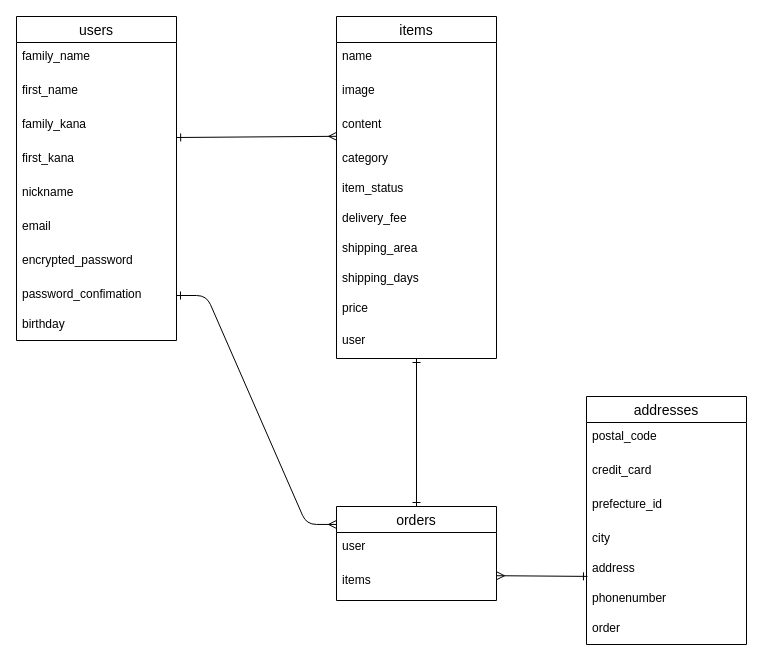
This is test.dio from Yurika-1016/furima-33991, a draw.io file, before an edit. Source tidied: cells renumbered, new cells numbered last; positions are measured from the earlier drawing's top-left corner, leaving out a move shared by most shapes. Both pictures are drawn from the tidied source at 100%, with x=0, y=0 at pixel (16, 16).
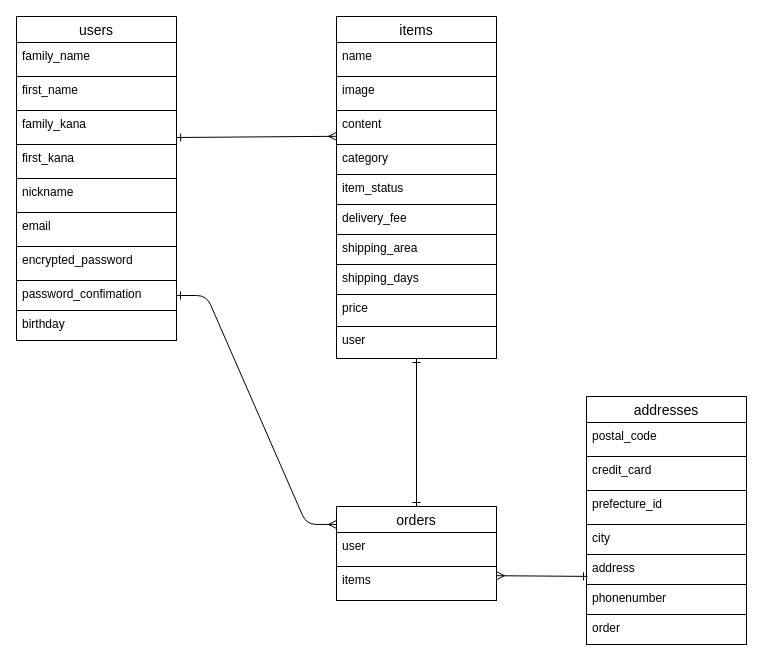
The same diagram, later.

The edit, as a diff of the source:
```diff
@@
-<mxGraphModel>
+<mxGraphModel background="#ffffff">
@@
-    <mxCell id="2" style="rounded=0;jettySize=auto;html=1;startArrow=ERone;startFill=0;endArrow=ERmany;endFill=0;entryX=0.001;entryY=0.759;entryDx=0;entryDy=0;entryPerimeter=0;exitX=1.001;exitY=0.794;exitDx=0;exitDy=0;exitPerimeter=0;" parent="1" edge="1" source="6" target="18">
+    <mxCell id="2" style="rounded=0;jettySize=auto;html=1;startArrow=ERone;startFill=0;endArrow=ERmany;endFill=0;entryX=0.001;entryY=0.759;entryDx=0;entryDy=0;entryPerimeter=0;exitX=1.001;exitY=0.794;exitDx=0;exitDy=0;exitPerimeter=0;strokeColor=#000000;" parent="1" edge="1" source="6" target="18">
       <mxGeometry relative="1" as="geometry" />
     </mxCell>
-    <mxCell id="3" value="users" style="swimlane;fontStyle=0;horizontal=1;startSize=26;align=center;fontSize=14;" parent="1" vertex="1">
+    <mxCell id="3" value="users" style="swimlane;fontStyle=0;horizontal=1;startSize=26;align=center;fontSize=14;strokeColor=#000000;" parent="1" vertex="1">
       <mxGeometry width="160" height="324" as="geometry" />
     </mxCell>
-    <mxCell id="4" value="family_name" style="text;strokeColor=none;fillColor=none;spacingLeft=4;spacingRight=4;overflow=hidden;fontSize=12;" parent="3" vertex="1">
+    <mxCell id="4" value="family_name" style="text;fillColor=none;spacingLeft=4;spacingRight=4;overflow=hidden;fontSize=12;strokeColor=#000000;fontColor=#000000;" parent="3" vertex="1">
       <mxGeometry y="26" width="160" height="34" as="geometry" />
     </mxCell>
-    <mxCell id="5" value="first_name" style="text;strokeColor=none;fillColor=none;spacingLeft=4;spacingRight=4;overflow=hidden;fontSize=12;" parent="3" vertex="1">
+    <mxCell id="5" value="first_name" style="text;fillColor=none;spacingLeft=4;spacingRight=4;overflow=hidden;fontSize=12;strokeColor=#000000;fontColor=#000000;" parent="3" vertex="1">
       <mxGeometry y="60" width="160" height="34" as="geometry" />
     </mxCell>
-    <mxCell id="6" value="family_kana" style="text;strokeColor=none;fillColor=none;spacingLeft=4;spacingRight=4;overflow=hidden;points=[[0,0.5],[1,0.5]];portConstraint=eastwest;fontSize=12;" parent="3" vertex="1">
+    <mxCell id="6" value="family_kana" style="text;fillColor=none;spacingLeft=4;spacingRight=4;overflow=hidden;points=[[0,0.5],[1,0.5]];portConstraint=eastwest;fontSize=12;strokeColor=#000000;fontColor=#000000;" parent="3" vertex="1">
       <mxGeometry y="94" width="160" height="34" as="geometry" />
     </mxCell>
-    <mxCell id="7" value="first_kana" style="text;strokeColor=none;fillColor=none;spacingLeft=4;spacingRight=4;overflow=hidden;fontSize=12;" parent="3" vertex="1">
+    <mxCell id="7" value="first_kana" style="text;fillColor=none;spacingLeft=4;spacingRight=4;overflow=hidden;fontSize=12;strokeColor=#000000;fontColor=#000000;" parent="3" vertex="1">
       <mxGeometry y="128" width="160" height="34" as="geometry" />
     </mxCell>
-    <mxCell id="8" value="nickname" style="text;strokeColor=none;fillColor=none;spacingLeft=4;spacingRight=4;overflow=hidden;fontSize=12;" parent="3" vertex="1">
+    <mxCell id="8" value="nickname" style="text;fillColor=none;spacingLeft=4;spacingRight=4;overflow=hidden;fontSize=12;strokeColor=#000000;fontColor=#000000;" parent="3" vertex="1">
       <mxGeometry y="162" width="160" height="34" as="geometry" />
     </mxCell>
-    <mxCell id="9" value="email" style="text;strokeColor=none;fillColor=none;spacingLeft=4;spacingRight=4;overflow=hidden;points=[[0,0.5],[1,0.5]];portConstraint=eastwest;fontSize=12;" parent="3" vertex="1">
+    <mxCell id="9" value="email" style="text;fillColor=none;spacingLeft=4;spacingRight=4;overflow=hidden;points=[[0,0.5],[1,0.5]];portConstraint=eastwest;fontSize=12;strokeColor=#000000;fontColor=#000000;" parent="3" vertex="1">
       <mxGeometry y="196" width="160" height="34" as="geometry" />
     </mxCell>
-    <mxCell id="10" value="encrypted_password" style="text;strokeColor=none;fillColor=none;spacingLeft=4;spacingRight=4;overflow=hidden;fontSize=12;" parent="3" vertex="1">
+    <mxCell id="10" value="encrypted_password" style="text;fillColor=none;spacingLeft=4;spacingRight=4;overflow=hidden;fontSize=12;strokeColor=#000000;fontColor=#000000;" parent="3" vertex="1">
       <mxGeometry y="230" width="160" height="34" as="geometry" />
     </mxCell>
-    <mxCell id="11" value="password_confimation" style="text;strokeColor=none;fillColor=none;spacingLeft=4;spacingRight=4;overflow=hidden;points=[[0,0.5],[1,0.5]];portConstraint=eastwest;fontSize=12;" parent="3" vertex="1">
+    <mxCell id="11" value="password_confimation" style="text;fillColor=none;spacingLeft=4;spacingRight=4;overflow=hidden;points=[[0,0.5],[1,0.5]];portConstraint=eastwest;fontSize=12;strokeColor=#000000;fontColor=#000000;" parent="3" vertex="1">
       <mxGeometry y="264" width="160" height="30" as="geometry" />
     </mxCell>
-    <mxCell id="12" value="birthday" style="text;strokeColor=none;fillColor=none;spacingLeft=4;spacingRight=4;overflow=hidden;fontSize=12;" parent="3" vertex="1">
+    <mxCell id="12" value="birthday" style="text;fillColor=none;spacingLeft=4;spacingRight=4;overflow=hidden;fontSize=12;strokeColor=#000000;fontColor=#000000;" parent="3" vertex="1">
       <mxGeometry y="294" width="160" height="30" as="geometry" />
     </mxCell>
@@
-    <mxCell id="14" style="edgeStyle=orthogonalEdgeStyle;rounded=0;jettySize=auto;html=1;startArrow=ERone;startFill=0;endArrow=ERone;endFill=0;" parent="1" edge="1" source="15" target="34">
+    <mxCell id="14" style="edgeStyle=orthogonalEdgeStyle;rounded=0;jettySize=auto;html=1;startArrow=ERone;startFill=0;endArrow=ERone;endFill=0;strokeColor=#000000;" parent="1" edge="1" source="15" target="34">
       <mxGeometry relative="1" as="geometry" />
     </mxCell>
-    <mxCell id="15" value="items" style="swimlane;fontStyle=0;horizontal=1;startSize=26;align=center;fontSize=14;" parent="1" vertex="1">
+    <mxCell id="15" value="items" style="swimlane;fontStyle=0;horizontal=1;startSize=26;align=center;fontSize=14;strokeColor=#000000;" parent="1" vertex="1">
       <mxGeometry x="320" width="160" height="342" as="geometry" />
     </mxCell>
-    <mxCell id="16" value="name" style="text;strokeColor=none;fillColor=none;spacingLeft=4;spacingRight=4;overflow=hidden;fontSize=12;" parent="15" vertex="1">
+    <mxCell id="16" value="name" style="text;fillColor=none;spacingLeft=4;spacingRight=4;overflow=hidden;fontSize=12;strokeColor=#000000;fontColor=#000000;" parent="15" vertex="1">
       <mxGeometry y="26" width="160" height="34" as="geometry" />
     </mxCell>
-    <mxCell id="17" value="image" style="text;strokeColor=none;fillColor=none;spacingLeft=4;spacingRight=4;overflow=hidden;fontSize=12;" parent="15" vertex="1">
+    <mxCell id="17" value="image" style="text;fillColor=none;spacingLeft=4;spacingRight=4;overflow=hidden;fontSize=12;strokeColor=#000000;fontColor=#000000;" parent="15" vertex="1">
       <mxGeometry y="60" width="160" height="34" as="geometry" />
     </mxCell>
-    <mxCell id="18" value="content" style="text;strokeColor=none;fillColor=none;spacingLeft=4;spacingRight=4;overflow=hidden;points=[[0,0.5],[1,0.5]];portConstraint=eastwest;fontSize=12;" parent="15" vertex="1">
+    <mxCell id="18" value="content" style="text;fillColor=none;spacingLeft=4;spacingRight=4;overflow=hidden;points=[[0,0.5],[1,0.5]];portConstraint=eastwest;fontSize=12;strokeColor=#000000;fontColor=#000000;" parent="15" vertex="1">
       <mxGeometry y="94" width="160" height="34" as="geometry" />
     </mxCell>
-    <mxCell id="19" value="category" style="text;strokeColor=none;fillColor=none;spacingLeft=4;spacingRight=4;overflow=hidden;fontSize=12;" parent="15" vertex="1">
+    <mxCell id="19" value="category" style="text;fillColor=none;spacingLeft=4;spacingRight=4;overflow=hidden;fontSize=12;strokeColor=#000000;fontColor=#000000;" parent="15" vertex="1">
       <mxGeometry y="128" width="160" height="30" as="geometry" />
     </mxCell>
-    <mxCell id="20" value="item_status" style="text;strokeColor=none;fillColor=none;spacingLeft=4;spacingRight=4;overflow=hidden;fontSize=12;" parent="15" vertex="1">
+    <mxCell id="20" value="item_status" style="text;fillColor=none;spacingLeft=4;spacingRight=4;overflow=hidden;fontSize=12;strokeColor=#000000;fontColor=#000000;" parent="15" vertex="1">
       <mxGeometry y="158" width="160" height="30" as="geometry" />
     </mxCell>
-    <mxCell id="21" value="delivery_fee" style="text;strokeColor=none;fillColor=none;spacingLeft=4;spacingRight=4;overflow=hidden;fontSize=12;" parent="15" vertex="1">
+    <mxCell id="21" value="delivery_fee" style="text;fillColor=none;spacingLeft=4;spacingRight=4;overflow=hidden;fontSize=12;strokeColor=#000000;fontColor=#000000;" parent="15" vertex="1">
       <mxGeometry y="188" width="160" height="30" as="geometry" />
     </mxCell>
-    <mxCell id="22" value="shipping_area" style="text;strokeColor=none;fillColor=none;spacingLeft=4;spacingRight=4;overflow=hidden;fontSize=12;" parent="15" vertex="1">
+    <mxCell id="22" value="shipping_area" style="text;fillColor=none;spacingLeft=4;spacingRight=4;overflow=hidden;fontSize=12;strokeColor=#000000;fontColor=#000000;" parent="15" vertex="1">
       <mxGeometry y="218" width="160" height="30" as="geometry" />
     </mxCell>
-    <mxCell id="23" value="shipping_days" style="text;strokeColor=none;fillColor=none;spacingLeft=4;spacingRight=4;overflow=hidden;fontSize=12;" parent="15" vertex="1">
+    <mxCell id="23" value="shipping_days" style="text;fillColor=none;spacingLeft=4;spacingRight=4;overflow=hidden;fontSize=12;strokeColor=#000000;fontColor=#000000;" parent="15" vertex="1">
       <mxGeometry y="248" width="160" height="30" as="geometry" />
     </mxCell>
-    <mxCell id="24" value="price" style="text;fillColor=none;spacingLeft=4;spacingRight=4;overflow=hidden;fontSize=12;" parent="15" vertex="1">
+    <mxCell id="24" value="price" style="text;fillColor=none;spacingLeft=4;spacingRight=4;overflow=hidden;fontSize=12;strokeColor=#000000;fontColor=#000000;" parent="15" vertex="1">
       <mxGeometry y="278" width="160" height="32" as="geometry" />
     </mxCell>
-    <mxCell id="25" value="user" style="text;fillColor=none;spacingLeft=4;spacingRight=4;overflow=hidden;fontSize=12;" parent="15" vertex="1">
+    <mxCell id="25" value="user" style="text;fillColor=none;spacingLeft=4;spacingRight=4;overflow=hidden;fontSize=12;strokeColor=#000000;fontColor=#000000;" parent="15" vertex="1">
       <mxGeometry y="310" width="160" height="32" as="geometry" />
     </mxCell>
-    <mxCell id="26" value="addresses" style="swimlane;fontStyle=0;horizontal=1;startSize=26;align=center;fontSize=14;" parent="1" vertex="1">
+    <mxCell id="26" value="addresses" style="swimlane;fontStyle=0;horizontal=1;startSize=26;align=center;fontSize=14;strokeColor=#000000;" parent="1" vertex="1">
       <mxGeometry x="570" y="380" width="160" height="248" as="geometry" />
     </mxCell>
-    <mxCell id="27" value="postal_code" style="text;strokeColor=none;fillColor=none;spacingLeft=4;spacingRight=4;overflow=hidden;fontSize=12;" parent="26" vertex="1">
+    <mxCell id="27" value="postal_code" style="text;fillColor=none;spacingLeft=4;spacingRight=4;overflow=hidden;fontSize=12;strokeColor=#000000;fontColor=#000000;" parent="26" vertex="1">
       <mxGeometry y="26" width="160" height="34" as="geometry" />
     </mxCell>
-    <mxCell id="28" value="credit_card" style="text;strokeColor=none;fillColor=none;spacingLeft=4;spacingRight=4;overflow=hidden;fontSize=12;" parent="26" vertex="1">
+    <mxCell id="28" value="credit_card" style="text;fillColor=none;spacingLeft=4;spacingRight=4;overflow=hidden;fontSize=12;strokeColor=#000000;fontColor=#000000;" parent="26" vertex="1">
       <mxGeometry y="60" width="160" height="34" as="geometry" />
     </mxCell>
-    <mxCell id="29" value="prefecture_id" style="text;strokeColor=none;fillColor=none;spacingLeft=4;spacingRight=4;overflow=hidden;fontSize=12;" parent="26" vertex="1">
+    <mxCell id="29" value="prefecture_id" style="text;fillColor=none;spacingLeft=4;spacingRight=4;overflow=hidden;fontSize=12;strokeColor=#000000;fontColor=#000000;" parent="26" vertex="1">
       <mxGeometry y="94" width="160" height="34" as="geometry" />
     </mxCell>
-    <mxCell id="30" value="city" style="text;strokeColor=none;fillColor=none;spacingLeft=4;spacingRight=4;overflow=hidden;fontSize=12;" parent="26" vertex="1">
+    <mxCell id="30" value="city" style="text;fillColor=none;spacingLeft=4;spacingRight=4;overflow=hidden;fontSize=12;strokeColor=#000000;fontColor=#000000;" parent="26" vertex="1">
       <mxGeometry y="128" width="160" height="30" as="geometry" />
     </mxCell>
-    <mxCell id="31" value="address" style="text;strokeColor=none;fillColor=none;spacingLeft=4;spacingRight=4;overflow=hidden;points=[[0,0.5],[1,0.5]];portConstraint=eastwest;fontSize=12;" parent="26" vertex="1">
+    <mxCell id="31" value="address" style="text;fillColor=none;spacingLeft=4;spacingRight=4;overflow=hidden;points=[[0,0.5],[1,0.5]];portConstraint=eastwest;fontSize=12;strokeColor=#000000;fontColor=#000000;" parent="26" vertex="1">
       <mxGeometry y="158" width="160" height="30" as="geometry" />
     </mxCell>
-    <mxCell id="32" value="phonenumber" style="text;strokeColor=none;fillColor=none;spacingLeft=4;spacingRight=4;overflow=hidden;fontSize=12;" parent="26" vertex="1">
+    <mxCell id="32" value="phonenumber" style="text;fillColor=none;spacingLeft=4;spacingRight=4;overflow=hidden;fontSize=12;strokeColor=#000000;fontColor=#000000;" parent="26" vertex="1">
       <mxGeometry y="188" width="160" height="30" as="geometry" />
     </mxCell>
-    <mxCell id="33" value="order" style="text;strokeColor=none;fillColor=none;spacingLeft=4;spacingRight=4;overflow=hidden;fontSize=12;" parent="26" vertex="1">
+    <mxCell id="33" value="order" style="text;fillColor=none;spacingLeft=4;spacingRight=4;overflow=hidden;fontSize=12;strokeColor=#000000;fontColor=#000000;" parent="26" vertex="1">
       <mxGeometry y="218" width="160" height="30" as="geometry" />
     </mxCell>
-    <mxCell id="34" value="orders" style="swimlane;fontStyle=0;horizontal=1;startSize=26;align=center;fontSize=14;" parent="1" vertex="1">
+    <mxCell id="34" value="orders" style="swimlane;fontStyle=0;horizontal=1;startSize=26;align=center;fontSize=14;strokeColor=#000000;" parent="1" vertex="1">
       <mxGeometry x="320" y="490" width="160" height="94" as="geometry" />
     </mxCell>
-    <mxCell id="35" value="user" style="text;strokeColor=none;fillColor=none;spacingLeft=4;spacingRight=4;overflow=hidden;fontSize=12;" parent="34" vertex="1">
+    <mxCell id="35" value="user" style="text;fillColor=none;spacingLeft=4;spacingRight=4;overflow=hidden;fontSize=12;strokeColor=#000000;fontColor=#000000;" parent="34" vertex="1">
       <mxGeometry y="26" width="160" height="34" as="geometry" />
     </mxCell>
-    <mxCell id="36" value="items" style="text;strokeColor=none;fillColor=none;spacingLeft=4;spacingRight=4;overflow=hidden;points=[[0,0.5],[1,0.5]];portConstraint=eastwest;fontSize=12;" parent="34" vertex="1">
+    <mxCell id="36" value="items" style="text;fillColor=none;spacingLeft=4;spacingRight=4;overflow=hidden;points=[[0,0.5],[1,0.5]];portConstraint=eastwest;fontSize=12;strokeColor=#000000;fontColor=#000000;" parent="34" vertex="1">
       <mxGeometry y="60" width="160" height="34" as="geometry" />
     </mxCell>
-    <mxCell id="37" style="endArrow=ERmany;html=1;rounded=0;startArrow=ERone;startFill=0;endFill=0;exitX=0.006;exitY=0.73;exitDx=0;exitDy=0;entryX=1;entryY=0.271;entryDx=0;entryDy=0;entryPerimeter=0;exitPerimeter=0;" parent="1" edge="1" source="31" target="36">
+    <mxCell id="37" style="endArrow=ERmany;html=1;rounded=0;startArrow=ERone;startFill=0;endFill=0;exitX=0.006;exitY=0.73;exitDx=0;exitDy=0;entryX=1;entryY=0.271;entryDx=0;entryDy=0;entryPerimeter=0;exitPerimeter=0;strokeColor=#000000;" parent="1" edge="1" source="31" target="36">
       <mxGeometry relative="1" as="geometry" />
     </mxCell>
-    <mxCell id="38" style="edgeStyle=entityRelationEdgeStyle;fontSize=12;html=1;endArrow=ERmany;entryX=0;entryY=0.191;entryDx=0;entryDy=0;entryPerimeter=0;exitX=1;exitY=0.5;exitDx=0;exitDy=0;startArrow=ERone;startFill=0;" parent="1" edge="1" source="11" target="34">
+    <mxCell id="38" style="edgeStyle=entityRelationEdgeStyle;fontSize=12;html=1;endArrow=ERmany;entryX=0;entryY=0.191;entryDx=0;entryDy=0;entryPerimeter=0;exitX=1;exitY=0.5;exitDx=0;exitDy=0;startArrow=ERone;startFill=0;strokeColor=#000000;" parent="1" edge="1" source="11" target="34">
       <mxGeometry relative="1" as="geometry" />
     </mxCell>
```
